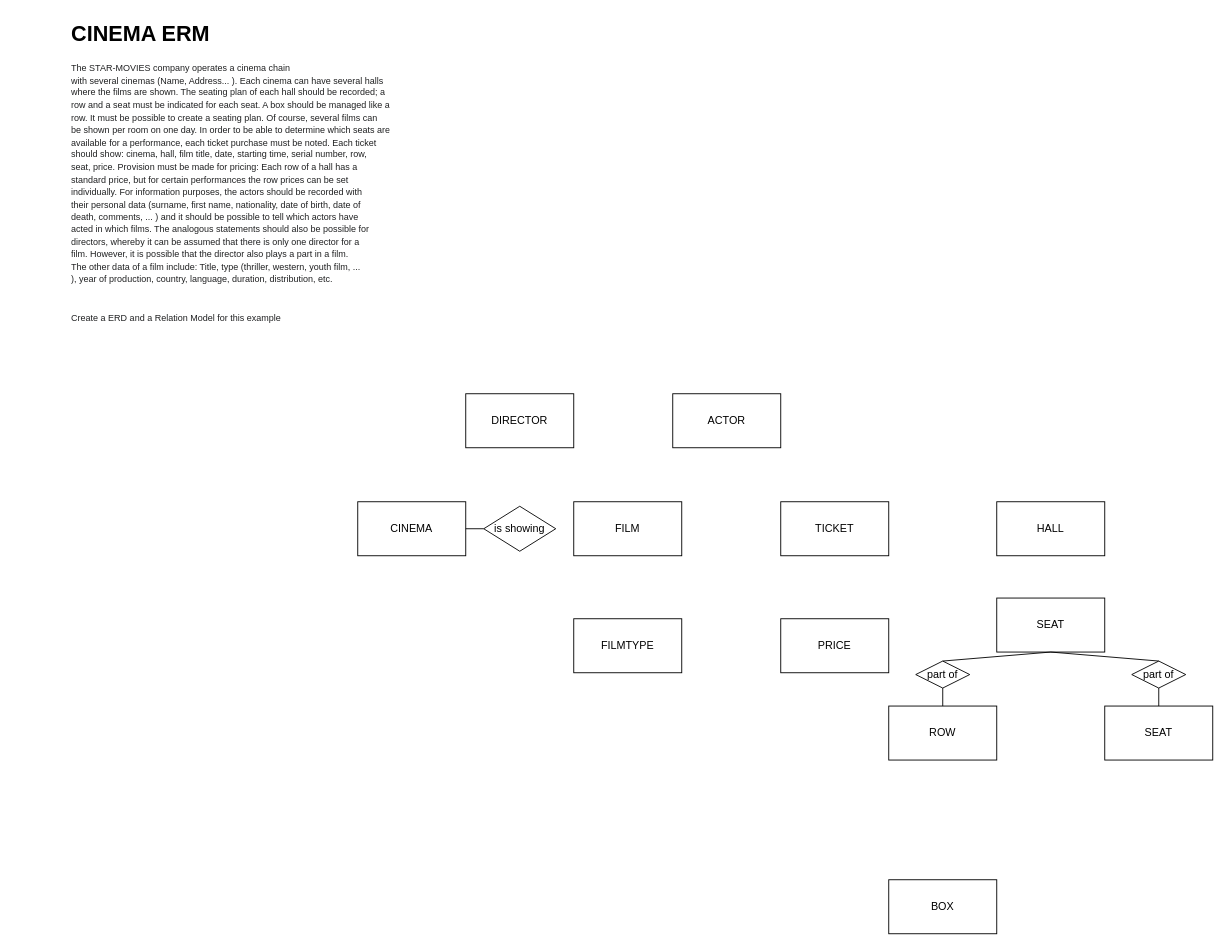
mars-veracruz/First-Repo keeps this draw.io diagram as CINEMA.drawio. Above is the earlier version. Source tidied: cells renumbered, new cells numbered last; positions are measured from the earlier drawing's top-left corner, leaving out a move shared by most shapes. Both pictures are drawn from the tidied source at 90%, with x=0, y=0 at pixel (69, 15).
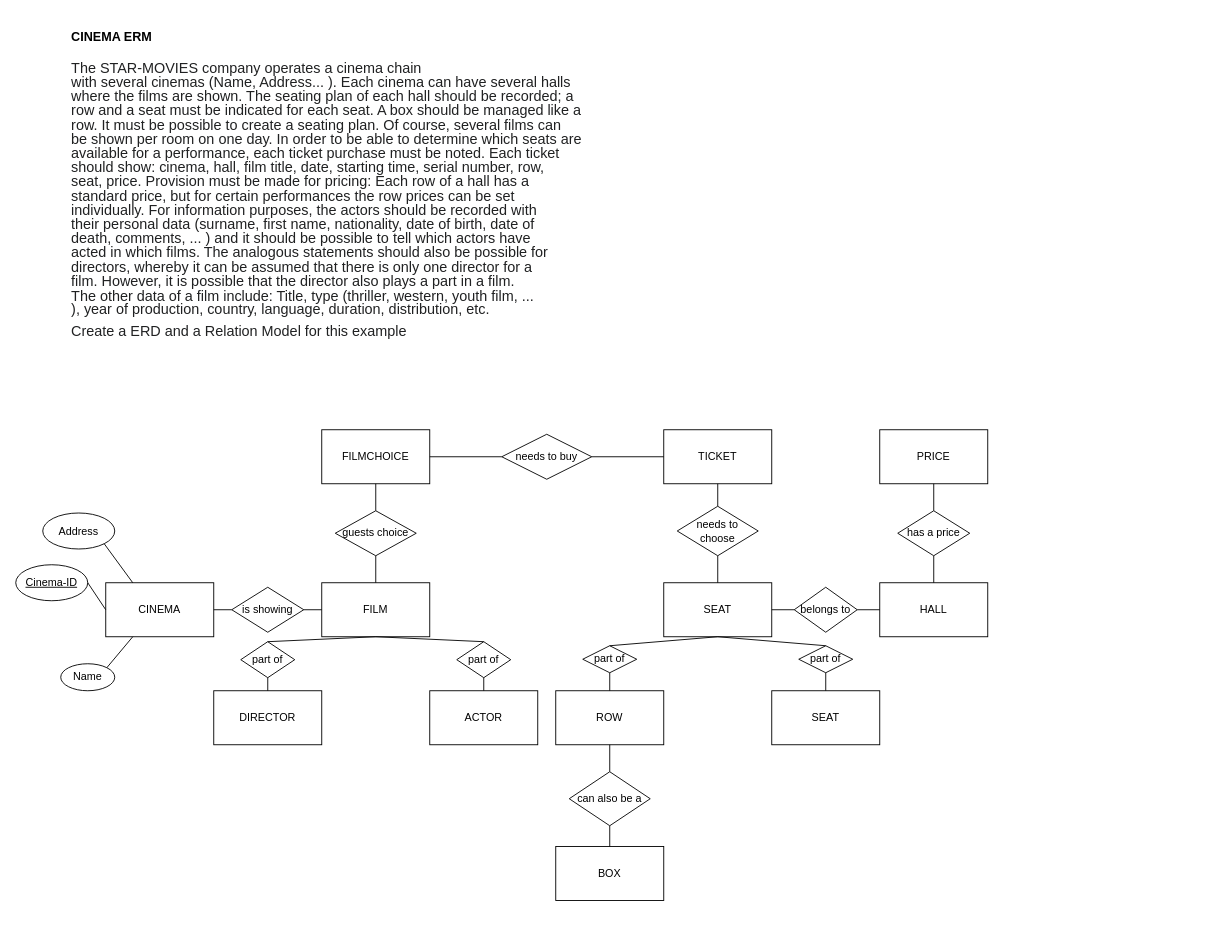
The same diagram, later.

Diff of the diagram source:
```diff
@@
-    <mxCell id="2" value="&lt;h1 style=&quot;margin-top: 0px;&quot;&gt;CINEMA ERM&lt;/h1&gt;&lt;p style=&quot;margin-top:6.0pt;margin-right:0cm;margin-bottom:6.0pt;&lt;br/&gt;margin-left:0cm;text-align:justify;line-height:115%&quot; class=&quot;MsoNormal&quot;&gt;&lt;span style=&quot;line-height: 115%; font-family: Arial, sans-serif; color: rgb(32, 33, 34);&quot; lang=&quot;EN-US&quot;&gt;&lt;font style=&quot;font-size: 10px;&quot;&gt;The STAR-MOVIES company operates a cinema chain&lt;br&gt;with several cinemas (Name, Address... ). Each cinema can have several halls&lt;br&gt;where the films are shown. The seating plan of each hall should be recorded; a&lt;br&gt;row and a seat must be indicated for each seat. A box should be managed like a&lt;br&gt;row. It must be possible to create a seating plan. Of course, several films can&lt;br&gt;be shown per room on one day. In order to be able to determine which seats are&lt;br&gt;available for a performance, each ticket purchase must be noted. Each ticket&lt;br&gt;should show: cinema, hall, film title, date, starting time, serial number, row,&lt;br&gt;seat, price. Provision must be made for pricing: Each row of a hall has a&lt;br&gt;standard price, but for certain performances the row prices can be set&lt;br&gt;individually. For information purposes, the actors should be recorded with&lt;br&gt;their personal data (surname, first name, nationality, date of birth, date of&lt;br&gt;death, comments, ... ) and it should be possible to tell which actors have&lt;br&gt;acted in which films. The analogous statements should also be possible for&lt;br&gt;directors, whereby it can be assumed that there is only one director for a&lt;br&gt;film. However, it is possible that the director also plays a part in a film.&lt;br&gt;The other data of a film include: Title, type (thriller, western, youth film, ...&lt;br&gt;), year of production, country, language, duration, distribution, etc.&lt;/font&gt;&lt;/span&gt;&lt;/p&gt;&lt;p style=&quot;margin-top:6.0pt;margin-right:0cm;margin-bottom:6.0pt;&lt;br/&gt;margin-left:0cm;text-align:justify;line-height:115%&quot; class=&quot;MsoNormal&quot;&gt;&lt;span style=&quot;line-height: 115%; font-family: Arial, sans-serif; color: rgb(32, 33, 34);&quot; lang=&quot;EN-US&quot;&gt;&lt;font style=&quot;font-size: 10px;&quot;&gt;&lt;br&gt;&lt;/font&gt;&lt;/span&gt;&lt;/p&gt;&lt;p style=&quot;margin-top:6.0pt;margin-right:0cm;margin-bottom:6.0pt;&lt;br/&gt;margin-left:0cm;text-align:justify;line-height:115%&quot; class=&quot;MsoNormal&quot;&gt;&lt;span style=&quot;line-height: 115%; font-family: Arial, sans-serif; color: rgb(32, 33, 34);&quot; lang=&quot;EN-US&quot;&gt;&lt;font style=&quot;font-size: 10px;&quot;&gt;Create a ERD and a Relation Model for this example&lt;/font&gt;&lt;/span&gt;&lt;/p&gt;" style="text;html=1;whiteSpace=wrap;overflow=hidden;rounded=0;" parent="1" vertex="1">
-      <mxGeometry width="360" height="350" as="geometry" />
+    <mxCell id="2" value="&lt;h1 style=&quot;margin-top: 0px;&quot;&gt;&lt;font style=&quot;font-size: 14px;&quot;&gt;CINEMA ERM&lt;/font&gt;&lt;/h1&gt;&lt;p style=&quot;margin-top:6.0pt;margin-right:0cm;margin-bottom:6.0pt;&lt;br/&gt;margin-left:0cm;text-align:justify;line-height:115%&quot; class=&quot;MsoNormal&quot;&gt;&lt;span style=&quot;line-height: 115%; font-family: Arial, sans-serif; color: rgb(32, 33, 34);&quot; lang=&quot;EN-US&quot;&gt;&lt;font size=&quot;3&quot; style=&quot;&quot;&gt;The STAR-MOVIES company operates a cinema chain&lt;br&gt;with several cinemas (Name, Address... ). Each cinema can have several halls&lt;br&gt;where the films are shown. The seating plan of each hall should be recorded; a&lt;br&gt;row and a seat must be indicated for each seat. A box should be managed like a&lt;br&gt;row. It must be possible to create a seating plan. Of course, several films can&lt;br&gt;be shown per room on one day. In order to be able to determine which seats are&lt;br&gt;available for a performance, each ticket purchase must be noted. Each ticket&lt;br&gt;should show: cinema, hall, film title, date, starting time, serial number, row,&lt;br&gt;seat, price. Provision must be made for pricing: Each row of a hall has a&lt;br&gt;standard price, but for certain performances the row prices can be set&lt;br&gt;individually. For information purposes, the actors should be recorded with&lt;br&gt;their personal data (surname, first name, nationality, date of birth, date of&lt;br&gt;death, comments, ... ) and it should be possible to tell which actors have&lt;br&gt;acted in which films. The analogous statements should also be possible for&lt;br&gt;directors, whereby it can be assumed that there is only one director for a&lt;br&gt;film. However, it is possible that the director also plays a part in a film.&lt;br&gt;The other data of a film include: Title, type (thriller, western, youth film, ...&lt;br&gt;), year of production, country, language, duration, distribution, etc.&lt;/font&gt;&lt;/span&gt;&lt;/p&gt;&lt;p style=&quot;margin-top:6.0pt;margin-right:0cm;margin-bottom:6.0pt;&lt;br/&gt;margin-left:0cm;text-align:justify;line-height:115%&quot; class=&quot;MsoNormal&quot;&gt;&lt;span style=&quot;line-height: 115%; font-family: Arial, sans-serif; color: rgb(32, 33, 34);&quot; lang=&quot;EN-US&quot;&gt;&lt;font size=&quot;3&quot; style=&quot;&quot;&gt;Create a ERD and a Relation Model for this example&lt;/font&gt;&lt;/span&gt;&lt;/p&gt;" style="text;html=1;whiteSpace=wrap;overflow=hidden;rounded=0;" parent="1" vertex="1">
+      <mxGeometry width="570" height="360" as="geometry" />
     </mxCell>
     <mxCell id="3" value="CINEMA" style="rounded=0;whiteSpace=wrap;html=1;" parent="1" vertex="1">
-      <mxGeometry x="320" y="540" width="120" height="60" as="geometry" />
+      <mxGeometry x="40" y="630" width="120" height="60" as="geometry" />
     </mxCell>
     <mxCell id="4" value="HALL" style="rounded=0;whiteSpace=wrap;html=1;" parent="1" vertex="1">
-      <mxGeometry x="1030" y="540" width="120" height="60" as="geometry" />
+      <mxGeometry x="900" y="630" width="120" height="60" as="geometry" />
     </mxCell>
     <mxCell id="5" value="SEAT" style="rounded=0;whiteSpace=wrap;html=1;" parent="1" vertex="1">
-      <mxGeometry x="1030" y="647" width="120" height="60" as="geometry" />
+      <mxGeometry x="660" y="630" width="120" height="60" as="geometry" />
     </mxCell>
     <mxCell id="6" value="ROW" style="rounded=0;whiteSpace=wrap;html=1;" parent="1" vertex="1">
-      <mxGeometry x="910" y="767" width="120" height="60" as="geometry" />
+      <mxGeometry x="540" y="750" width="120" height="60" as="geometry" />
     </mxCell>
     <mxCell id="7" value="SEAT" style="rounded=0;whiteSpace=wrap;html=1;" parent="1" vertex="1">
-      <mxGeometry x="1150" y="767" width="120" height="60" as="geometry" />
+      <mxGeometry x="780" y="750" width="120" height="60" as="geometry" />
     </mxCell>
     <mxCell id="8" value="part of" style="rhombus;whiteSpace=wrap;html=1;" parent="1" vertex="1">
-      <mxGeometry x="940" y="717" width="60" height="30" as="geometry" />
+      <mxGeometry x="570" y="700" width="60" height="30" as="geometry" />
     </mxCell>
     <mxCell id="9" value="part of" style="rhombus;whiteSpace=wrap;html=1;" parent="1" vertex="1">
-      <mxGeometry x="1180" y="717" width="60" height="30" as="geometry" />
+      <mxGeometry x="810" y="700" width="60" height="30" as="geometry" />
     </mxCell>
@@
     <mxCell id="12" style="endArrow=none;html=1;rounded=0;exitX=0.5;exitY=0;exitDx=0;exitDy=0;entryX=0.5;entryY=0;entryDx=0;entryDy=0;" parent="1" edge="1" source="8" target="9">
       <mxGeometry relative="1" as="geometry">
         <Array as="points">
-          <mxPoint x="1090" y="707" />
+          <mxPoint x="720" y="690" />
         </Array>
       </mxGeometry>
     </mxCell>
     <mxCell id="13" value="is showing" style="rhombus;whiteSpace=wrap;html=1;" parent="1" vertex="1">
-      <mxGeometry x="460" y="545" width="80" height="50" as="geometry" />
+      <mxGeometry x="180" y="635" width="80" height="50" as="geometry" />
     </mxCell>
@@
     <mxCell id="15" value="BOX" style="rounded=0;whiteSpace=wrap;html=1;" parent="1" vertex="1">
-      <mxGeometry x="910" y="960" width="120" height="60" as="geometry" />
+      <mxGeometry x="540" y="923" width="120" height="60" as="geometry" />
     </mxCell>
-    <mxCell id="16" value="FILM" style="rounded=0;whiteSpace=wrap;html=1;" parent="1" vertex="1">
-      <mxGeometry x="560" y="540" width="120" height="60" as="geometry" />
+    <mxCell id="16" value="FILMCHOICE" style="rounded=0;whiteSpace=wrap;html=1;" parent="1" vertex="1">
+      <mxGeometry x="280" y="460" width="120" height="60" as="geometry" />
     </mxCell>
     <mxCell id="17" value="ACTOR" style="rounded=0;whiteSpace=wrap;html=1;" parent="1" vertex="1">
-      <mxGeometry x="670" y="420" width="120" height="60" as="geometry" />
+      <mxGeometry x="400" y="750" width="120" height="60" as="geometry" />
     </mxCell>
     <mxCell id="18" value="DIRECTOR" style="rounded=0;whiteSpace=wrap;html=1;" parent="1" vertex="1">
-      <mxGeometry x="440" y="420" width="120" height="60" as="geometry" />
+      <mxGeometry x="160" y="750" width="120" height="60" as="geometry" />
     </mxCell>
     <mxCell id="19" value="PRICE" style="rounded=0;whiteSpace=wrap;html=1;" parent="1" vertex="1">
-      <mxGeometry x="790" y="670" width="120" height="60" as="geometry" />
+      <mxGeometry x="900" y="460" width="120" height="60" as="geometry" />
     </mxCell>
     <mxCell id="20" value="TICKET" style="whiteSpace=wrap;html=1;" parent="1" vertex="1">
-      <mxGeometry x="790" y="540" width="120" height="60" as="geometry" />
+      <mxGeometry x="660" y="460" width="120" height="60" as="geometry" />
     </mxCell>
-    <mxCell id="21" value="FILMTYPE" style="whiteSpace=wrap;html=1;" parent="1" vertex="1">
-      <mxGeometry x="560" y="670" width="120" height="60" as="geometry" />
+    <mxCell id="21" value="FILM" style="whiteSpace=wrap;html=1;" parent="1" vertex="1">
+      <mxGeometry x="280" y="630" width="120" height="60" as="geometry" />
     </mxCell>
+    <mxCell id="22" value="part of" style="rhombus;whiteSpace=wrap;html=1;" parent="1" vertex="1">
+      <mxGeometry x="190" y="695.5" width="60" height="40" as="geometry" />
+    </mxCell>
+    <mxCell id="23" value="part of" style="rhombus;whiteSpace=wrap;html=1;" parent="1" vertex="1">
+      <mxGeometry x="430" y="695.5" width="60" height="40" as="geometry" />
+    </mxCell>
+    <mxCell id="24" style="endArrow=none;html=1;rounded=0;entryX=0.5;entryY=1;entryDx=0;entryDy=0;exitX=0.5;exitY=0;exitDx=0;exitDy=0;" parent="1" edge="1" source="18" target="22">
+      <mxGeometry relative="1" as="geometry" />
+    </mxCell>
+    <mxCell id="25" style="endArrow=none;html=1;rounded=0;entryX=0.5;entryY=0;entryDx=0;entryDy=0;exitX=0.5;exitY=1;exitDx=0;exitDy=0;" parent="1" edge="1" source="23" target="17">
+      <mxGeometry relative="1" as="geometry" />
+    </mxCell>
+    <mxCell id="26" style="endArrow=none;html=1;rounded=0;entryX=0.5;entryY=0;entryDx=0;entryDy=0;exitX=0.5;exitY=0;exitDx=0;exitDy=0;" parent="1" edge="1" source="22" target="23">
+      <mxGeometry relative="1" as="geometry">
+        <Array as="points">
+          <mxPoint x="340" y="690" />
+        </Array>
+      </mxGeometry>
+    </mxCell>
+    <mxCell id="27" style="endArrow=none;html=1;rounded=0;exitX=1;exitY=0.5;exitDx=0;exitDy=0;entryX=0;entryY=0.5;entryDx=0;entryDy=0;" parent="1" edge="1" source="13" target="21">
+      <mxGeometry relative="1" as="geometry" />
+    </mxCell>
+    <mxCell id="28" style="endArrow=none;html=1;rounded=0;entryX=0.5;entryY=1;entryDx=0;entryDy=0;exitX=0.5;exitY=0;exitDx=0;exitDy=0;" parent="1" edge="1" source="35" target="16">
+      <mxGeometry relative="1" as="geometry" />
+    </mxCell>
+    <mxCell id="29" style="endArrow=none;html=1;rounded=0;exitX=1;exitY=0.5;exitDx=0;exitDy=0;entryX=0;entryY=0.5;entryDx=0;entryDy=0;" parent="1" edge="1" source="37" target="20">
+      <mxGeometry relative="1" as="geometry" />
+    </mxCell>
+    <mxCell id="30" style="endArrow=none;html=1;rounded=0;entryX=0.5;entryY=1;entryDx=0;entryDy=0;exitX=0.5;exitY=0;exitDx=0;exitDy=0;" parent="1" edge="1" source="45" target="19">
+      <mxGeometry relative="1" as="geometry" />
+    </mxCell>
+    <mxCell id="31" style="endArrow=none;html=1;rounded=0;exitX=0;exitY=0.5;exitDx=0;exitDy=0;entryX=1;entryY=0.5;entryDx=0;entryDy=0;" parent="1" edge="1" source="43" target="5">
+      <mxGeometry relative="1" as="geometry" />
+    </mxCell>
+    <mxCell id="32" style="endArrow=none;html=1;rounded=0;entryX=0.5;entryY=1;entryDx=0;entryDy=0;exitX=0.5;exitY=0;exitDx=0;exitDy=0;" parent="1" edge="1" source="39" target="20">
+      <mxGeometry relative="1" as="geometry" />
+    </mxCell>
+    <mxCell id="33" style="endArrow=none;html=1;rounded=0;entryX=0.5;entryY=1;entryDx=0;entryDy=0;exitX=0.5;exitY=0;exitDx=0;exitDy=0;" parent="1" edge="1" source="41" target="6">
+      <mxGeometry relative="1" as="geometry" />
+    </mxCell>
+    <mxCell id="34" style="endArrow=none;html=1;rounded=0;entryX=0.5;entryY=1;entryDx=0;entryDy=0;exitX=0.5;exitY=0;exitDx=0;exitDy=0;" parent="1" edge="1" source="21" target="35">
+      <mxGeometry relative="1" as="geometry" />
+    </mxCell>
+    <mxCell id="35" value="guests choice" style="rhombus;whiteSpace=wrap;html=1;" parent="1" vertex="1">
+      <mxGeometry x="295" y="550" width="90" height="50" as="geometry" />
+    </mxCell>
+    <mxCell id="36" style="endArrow=none;html=1;rounded=0;exitX=1;exitY=0.5;exitDx=0;exitDy=0;entryX=0;entryY=0.5;entryDx=0;entryDy=0;" parent="1" edge="1" source="16" target="37">
+      <mxGeometry relative="1" as="geometry" />
+    </mxCell>
+    <mxCell id="37" value="needs to buy" style="rhombus;whiteSpace=wrap;html=1;" parent="1" vertex="1">
+      <mxGeometry x="480" y="465" width="100" height="50" as="geometry" />
+    </mxCell>
+    <mxCell id="38" style="endArrow=none;html=1;rounded=0;entryX=0.5;entryY=1;entryDx=0;entryDy=0;exitX=0.5;exitY=0;exitDx=0;exitDy=0;" parent="1" edge="1" source="5" target="39">
+      <mxGeometry relative="1" as="geometry" />
+    </mxCell>
+    <mxCell id="39" value="needs to choose" style="rhombus;whiteSpace=wrap;html=1;" parent="1" vertex="1">
+      <mxGeometry x="675" y="545" width="90" height="55" as="geometry" />
+    </mxCell>
+    <mxCell id="40" style="endArrow=none;html=1;rounded=0;entryX=0.5;entryY=1;entryDx=0;entryDy=0;exitX=0.5;exitY=0;exitDx=0;exitDy=0;" parent="1" edge="1" source="15" target="41">
+      <mxGeometry relative="1" as="geometry" />
+    </mxCell>
+    <mxCell id="41" value="can also be a" style="rhombus;whiteSpace=wrap;html=1;" parent="1" vertex="1">
+      <mxGeometry x="555" y="840" width="90" height="60" as="geometry" />
+    </mxCell>
+    <mxCell id="42" style="endArrow=none;html=1;rounded=0;exitX=0;exitY=0.5;exitDx=0;exitDy=0;entryX=1;entryY=0.5;entryDx=0;entryDy=0;" parent="1" edge="1" source="4" target="43">
+      <mxGeometry relative="1" as="geometry" />
+    </mxCell>
+    <mxCell id="43" value="belongs to" style="rhombus;whiteSpace=wrap;html=1;" parent="1" vertex="1">
+      <mxGeometry x="805" y="635" width="70" height="50" as="geometry" />
+    </mxCell>
+    <mxCell id="44" style="endArrow=none;html=1;rounded=0;entryX=0.5;entryY=1;entryDx=0;entryDy=0;exitX=0.5;exitY=0;exitDx=0;exitDy=0;" parent="1" edge="1" source="4" target="45">
+      <mxGeometry relative="1" as="geometry" />
+    </mxCell>
+    <mxCell id="45" value="has a price" style="rhombus;whiteSpace=wrap;html=1;" parent="1" vertex="1">
+      <mxGeometry x="920" y="550" width="80" height="50" as="geometry" />
+    </mxCell>
+    <mxCell id="46" value="&lt;u&gt;Cinema-ID&lt;/u&gt;" style="ellipse;whiteSpace=wrap;html=1;" parent="1" vertex="1">
+      <mxGeometry x="-60" y="610" width="80" height="40" as="geometry" />
+    </mxCell>
+    <mxCell id="47" value="Address" style="ellipse;whiteSpace=wrap;html=1;" parent="1" vertex="1">
+      <mxGeometry x="-30" y="552.5" width="80" height="40" as="geometry" />
+    </mxCell>
+    <mxCell id="48" value="Name" style="ellipse;whiteSpace=wrap;html=1;" parent="1" vertex="1">
+      <mxGeometry x="-10" y="720" width="60" height="30" as="geometry" />
+    </mxCell>
+    <mxCell id="49" style="endArrow=none;html=1;rounded=0;exitX=1;exitY=0.5;exitDx=0;exitDy=0;entryX=0;entryY=0.5;entryDx=0;entryDy=0;" parent="1" edge="1" source="46" target="3">
+      <mxGeometry relative="1" as="geometry" />
+    </mxCell>
+    <mxCell id="50" style="endArrow=none;html=1;rounded=0;entryX=1;entryY=1;entryDx=0;entryDy=0;exitX=0.25;exitY=0;exitDx=0;exitDy=0;" parent="1" edge="1" source="3" target="47">
+      <mxGeometry relative="1" as="geometry" />
+    </mxCell>
+    <mxCell id="51" style="endArrow=none;html=1;rounded=0;entryX=0.25;entryY=1;entryDx=0;entryDy=0;exitX=1;exitY=0;exitDx=0;exitDy=0;" parent="1" edge="1" source="48" target="3">
+      <mxGeometry relative="1" as="geometry" />
+    </mxCell>
```
